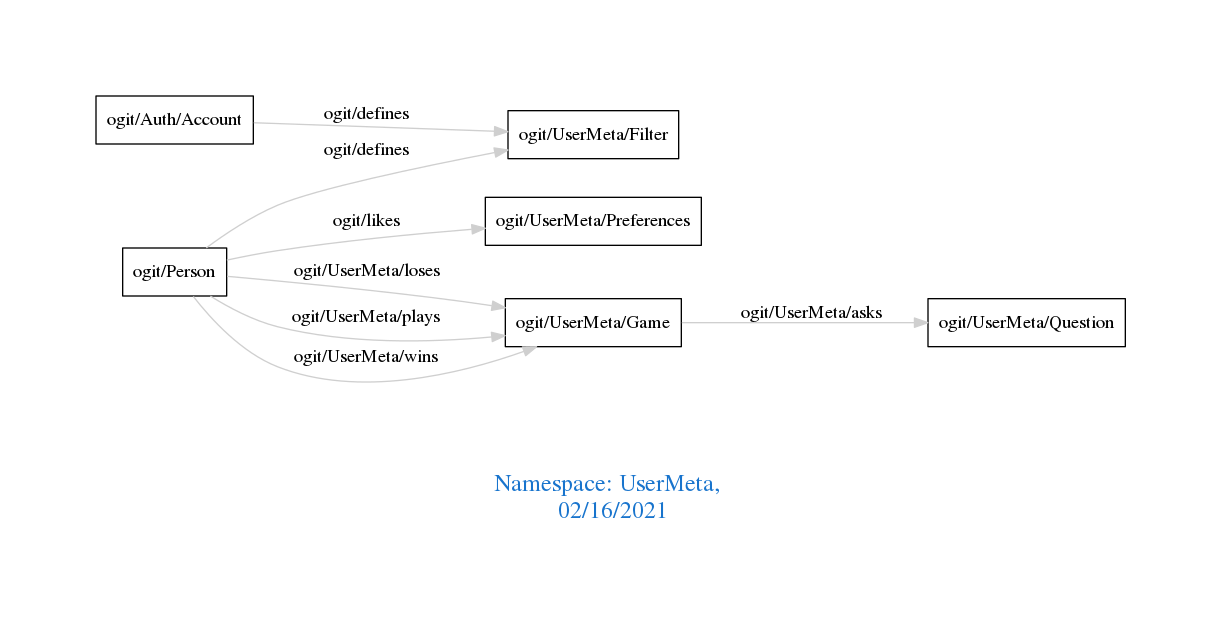
Above: downloads/UserMeta.png in arago/OGIT (Graphviz), before the change. Its source is kept beside it as downloads/UserMeta.dot.
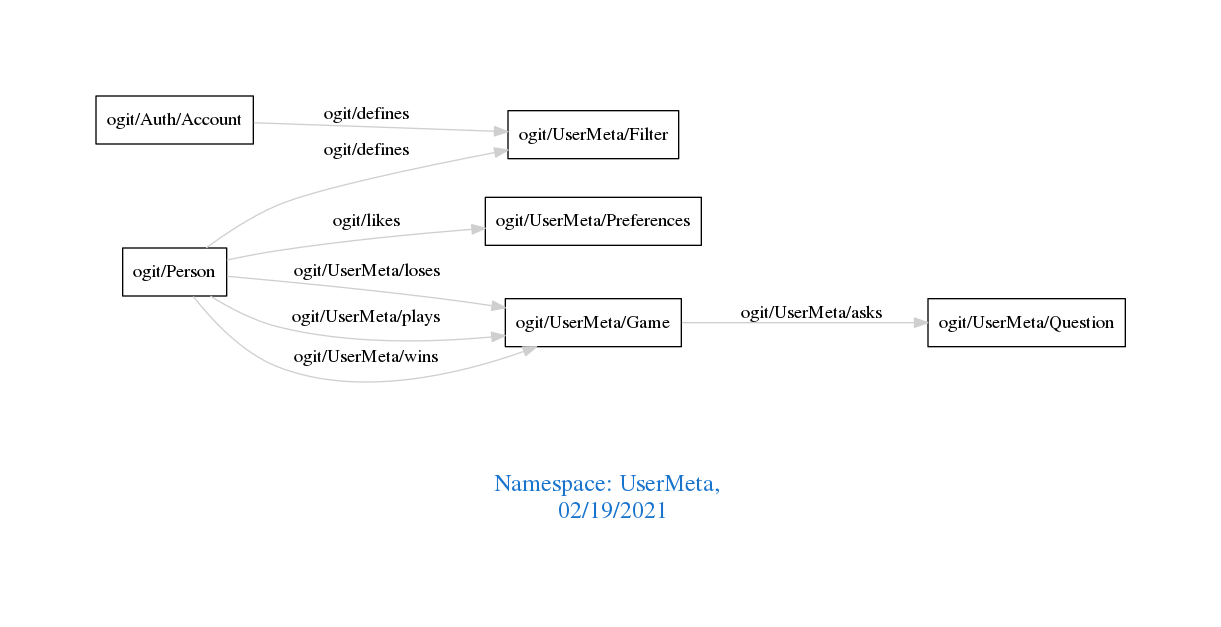
Above is the later version.

Change to the diagram source:
```diff
@@ -1,7 +1,7 @@
 digraph OGIT_ontology {
  graph [ rankdir= LR,pad=1
 fontsize = 18,
-fontcolor= dodgerblue3,label = "\n\n\nNamespace: UserMeta, \n 02/16/2021"];
+fontcolor= dodgerblue3,label = "\n\n\nNamespace: UserMeta, \n 02/19/2021"];
 node[shape=polygon];
 edge [  color="gray81"];
 
```
